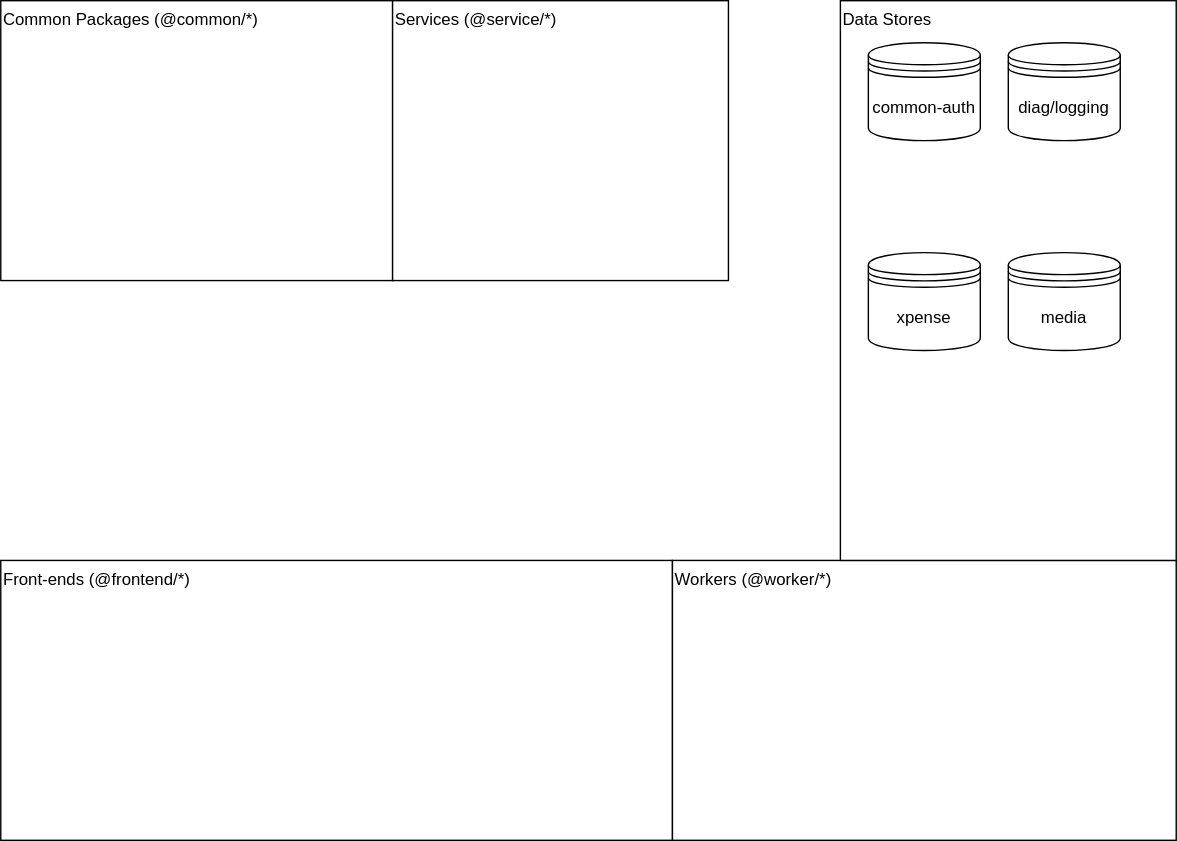
furystack/multiverse keeps this draw.io diagram as project-architecture.drawio.svg. Above is the earlier version. Source tidied: cells renumbered, new cells last; positions are measured from the earlier drawing's top-left corner, leaving out a move shared by most shapes.
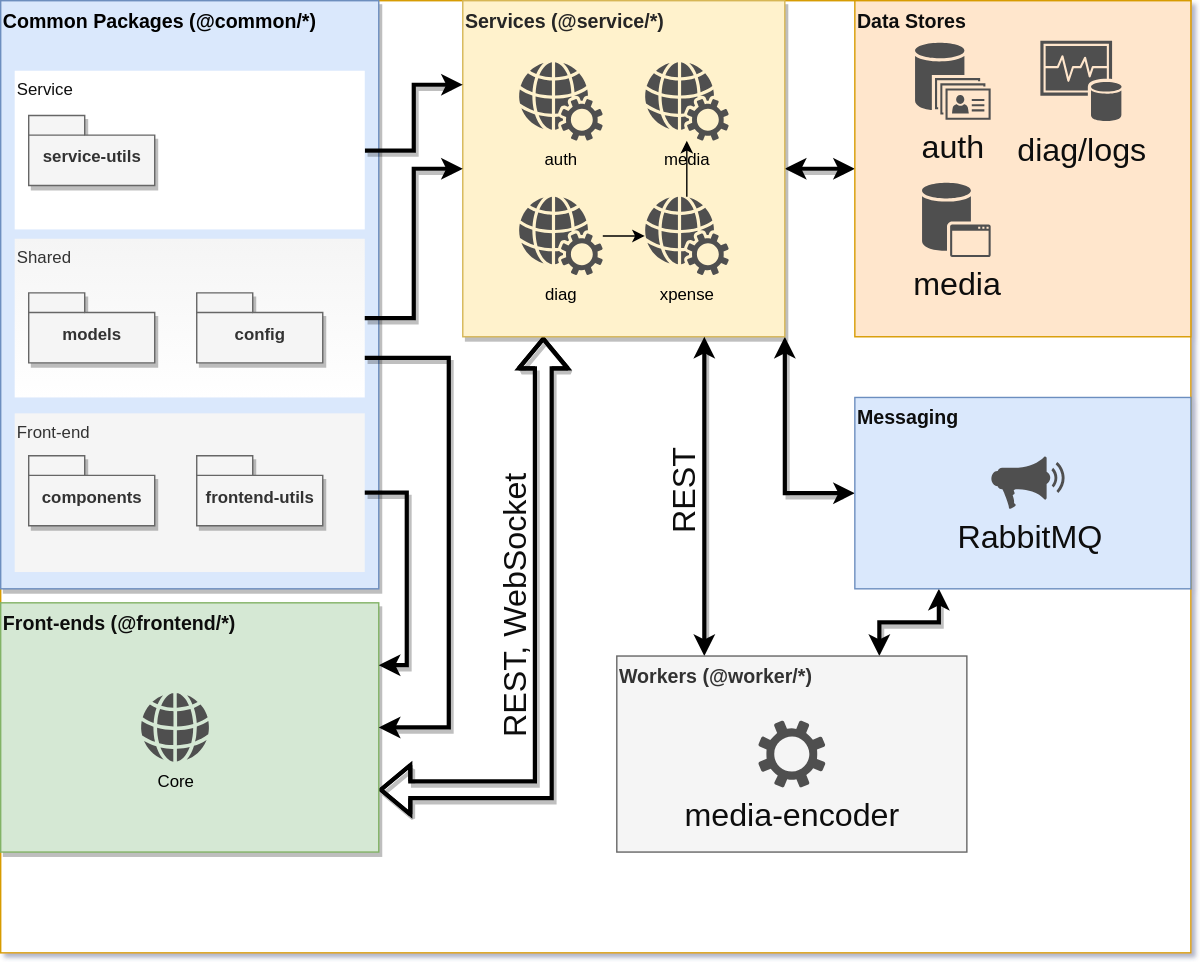
After the commit.

Commit message:
docs(readme):general architecture

Change to the diagram source:
```diff
@@ -1,33 +1,136 @@
-<mxGraphModel>
+<mxGraphModel shadow="1">
   <root>
     <mxCell id="0" />
     <mxCell id="1" parent="0" />
+    <mxCell id="11" style="group;fillColor=#ffffff;strokeColor=#d79b00;shadow=0;" parent="1" vertex="1">
+      <mxGeometry width="850" height="680" as="geometry" />
+    </mxCell>
-    <mxCell id="2" value="Common Packages (@common/*)" style="rounded=0;whiteSpace=wrap;html=1;align=left;horizontal=1;verticalAlign=top;" parent="1" vertex="1">
-      <mxGeometry width="280" height="200" as="geometry" />
+    <mxCell id="2" value="&lt;font style=&quot;font-size: 14px&quot;&gt;&lt;b&gt;Common Packages (@common/*)&lt;/b&gt;&lt;/font&gt;" style="rounded=0;whiteSpace=wrap;html=1;align=left;horizontal=1;verticalAlign=top;fillColor=#dae8fc;strokeColor=#6c8ebf;fontColor=#000000;shadow=1;" parent="11" vertex="1">
+      <mxGeometry width="270" height="420" as="geometry" />
     </mxCell>
+    <mxCell id="12" value="REST, WebSocket" style="rounded=0;jettySize=auto;html=1;exitX=1;exitY=0.75;exitDx=0;exitDy=0;entryX=0.25;entryY=1;entryDx=0;entryDy=0;shadow=1;strokeColor=#030303;strokeWidth=3;fontColor=#0F0F0F;shape=flexArrow;edgeStyle=orthogonalEdgeStyle;comic=0;startArrow=block;labelBackgroundColor=none;fontSize=23;horizontal=0;verticalAlign=bottom;spacing=20;spacingTop=5;spacingBottom=6;spacingLeft=-12;" parent="11" edge="1" source="4" target="3">
+      <mxGeometry relative="1" as="geometry" />
+    </mxCell>
+    <mxCell id="4" value="&lt;b&gt;&lt;font style=&quot;font-size: 14px&quot;&gt;Front-ends (@frontend/*)&lt;/font&gt;&lt;/b&gt;" style="rounded=0;whiteSpace=wrap;html=1;align=left;horizontal=1;verticalAlign=top;fillColor=#d5e8d4;strokeColor=#82b366;fontColor=#0F0F0F;shadow=1;" parent="11" vertex="1">
+      <mxGeometry y="430" width="270" height="178" as="geometry" />
+    </mxCell>
+    <mxCell id="13" style="group;shadow=1;" parent="11" vertex="1">
+      <mxGeometry x="10" y="170" width="250" height="113.3" as="geometry" />
+    </mxCell>
+    <mxCell id="14" style="group;" parent="13" vertex="1">
+      <mxGeometry width="250" height="113.3" as="geometry" />
+    </mxCell>
+    <mxCell id="15" style="group;" parent="14" vertex="1">
+      <mxGeometry width="250" height="113.3" as="geometry" />
+    </mxCell>
+    <mxCell id="16" style="group;" parent="15" vertex="1">
+      <mxGeometry width="250" height="113.3" as="geometry" />
+    </mxCell>
+    <mxCell id="17" value="Shared" style="rounded=0;whiteSpace=wrap;html=1;align=left;verticalAlign=top;fontColor=#333333;fillColor=#f5f5f5;strokeColor=none;gradientColor=#ffffff;" parent="16" vertex="1">
+      <mxGeometry width="250" height="113.3" as="geometry" />
+    </mxCell>
+    <mxCell id="18" value="models" style="shape=folder;fontStyle=1;spacingTop=10;tabWidth=40;tabHeight=14;tabPosition=left;html=1;fontColor=#333333;fillColor=#f5f5f5;strokeColor=#666666;shadow=1;comic=0;" parent="11" vertex="1">
+      <mxGeometry x="20" y="208.7" width="90" height="50" as="geometry" />
+    </mxCell>
+    <mxCell id="19" value="config" style="shape=folder;fontStyle=1;spacingTop=10;tabWidth=40;tabHeight=14;tabPosition=left;html=1;fontColor=#333333;fillColor=#f5f5f5;strokeColor=#666666;shadow=1;comic=0;" parent="11" vertex="1">
+      <mxGeometry x="140" y="208.7" width="90" height="50" as="geometry" />
+    </mxCell>
+    <mxCell id="20" style="group;" parent="11" vertex="1">
+      <mxGeometry x="10" y="294.7" width="250" height="113.3" as="geometry" />
+    </mxCell>
+    <mxCell id="21" value="Front-end" style="rounded=0;whiteSpace=wrap;html=1;align=left;verticalAlign=top;fontColor=#333333;fillColor=#f5f5f5;strokeColor=none;" parent="20" vertex="1">
+      <mxGeometry width="250" height="113.3" as="geometry" />
+    </mxCell>
+    <mxCell id="22" value="frontend-utils" style="shape=folder;fontStyle=1;spacingTop=10;tabWidth=40;tabHeight=14;tabPosition=left;html=1;fontColor=#333333;fillColor=#f5f5f5;strokeColor=#666666;shadow=1;comic=0;" parent="11" vertex="1">
+      <mxGeometry x="140" y="325" width="90" height="50" as="geometry" />
+    </mxCell>
+    <mxCell id="23" value="components" style="shape=folder;fontStyle=1;spacingTop=10;tabWidth=40;tabHeight=14;tabPosition=left;html=1;fontColor=#333333;fillColor=#f5f5f5;strokeColor=#666666;shadow=1;comic=0;" parent="11" vertex="1">
+      <mxGeometry x="20" y="325" width="90" height="50" as="geometry" />
+    </mxCell>
+    <mxCell id="24" style="edgeStyle=orthogonalEdgeStyle;rounded=0;jettySize=auto;html=1;exitX=1;exitY=0.5;exitDx=0;exitDy=0;shadow=1;strokeColor=#030303;strokeWidth=3;fontColor=#030303;startArrow=classic;startFill=1;" parent="11" edge="1" source="3" target="6">
+      <mxGeometry relative="1" as="geometry" />
+    </mxCell>
+    <mxCell id="25" style="edgeStyle=orthogonalEdgeStyle;rounded=0;comic=0;jettySize=auto;html=1;exitX=1;exitY=1;exitDx=0;exitDy=0;entryX=0;entryY=0.5;entryDx=0;entryDy=0;shadow=1;labelBackgroundColor=none;startArrow=classic;startFill=1;strokeColor=#030303;strokeWidth=3;fontSize=23;fontColor=#0F0F0F;" parent="11" edge="1" source="3" target="39">
+      <mxGeometry relative="1" as="geometry" />
+    </mxCell>
-    <mxCell id="3" value="Services (@service/*)" style="rounded=0;whiteSpace=wrap;html=1;align=left;horizontal=1;verticalAlign=top;" parent="1" vertex="1">
-      <mxGeometry x="280" width="240" height="200" as="geometry" />
+    <mxCell id="3" value="&lt;font style=&quot;font-size: 14px&quot;&gt;&lt;b&gt;Services (@service/*)&lt;/b&gt;&lt;/font&gt;" style="rounded=0;whiteSpace=wrap;html=1;align=left;horizontal=1;verticalAlign=top;fillColor=#fff2cc;strokeColor=#d6b656;fontColor=#262626;shadow=1;" parent="11" vertex="1">
+      <mxGeometry x="330" width="230" height="240" as="geometry" />
     </mxCell>
-    <mxCell id="4" value="Front-ends (@frontend/*)" style="rounded=0;whiteSpace=wrap;html=1;align=left;horizontal=1;verticalAlign=top;" parent="1" vertex="1">
-      <mxGeometry y="400" width="480" height="200" as="geometry" />
-    </mxCell>
+    <mxCell id="6" value="&lt;b&gt;&lt;font style=&quot;font-size: 14px&quot;&gt;Data Stores&lt;/font&gt;&lt;/b&gt;" style="rounded=0;whiteSpace=wrap;html=1;align=left;verticalAlign=top;fillColor=#ffe6cc;strokeColor=#d79b00;gradientColor=none;fontColor=#0F0F0F;shadow=0;" parent="11" vertex="1">
+      <mxGeometry x="610" width="240" height="240" as="geometry" />
+    </mxCell>
+    <mxCell id="26" value="auth" style="shadow=0;dashed=0;html=1;strokeColor=none;fillColor=#505050;labelPosition=center;verticalLabelPosition=bottom;verticalAlign=top;align=center;shape=mxgraph.office.services.web_services;rounded=0;glass=0;comic=0;fontColor=#000000;" parent="11" vertex="1">
+      <mxGeometry x="370" y="44" width="60" height="56" as="geometry" />
+    </mxCell>
+    <mxCell id="27" style="edgeStyle=orthogonalEdgeStyle;rounded=0;jettySize=auto;html=1;fontColor=#000000;" parent="11" edge="1" source="9" target="29">
+      <mxGeometry relative="1" as="geometry" />
+    </mxCell>
+    <mxCell id="28" value="diag" style="shadow=0;dashed=0;html=1;strokeColor=none;fillColor=#505050;labelPosition=center;verticalLabelPosition=bottom;verticalAlign=top;outlineConnect=0;align=center;shape=mxgraph.office.services.web_services;rounded=0;glass=0;comic=0;fontColor=#000000;" parent="11" vertex="1">
+      <mxGeometry x="370" y="140" width="60" height="56" as="geometry" />
+    </mxCell>
+    <mxCell id="29" value="media" style="shadow=0;dashed=0;html=1;strokeColor=none;fillColor=#505050;labelPosition=center;verticalLabelPosition=bottom;verticalAlign=top;outlineConnect=0;align=center;shape=mxgraph.office.services.web_services;rounded=0;glass=0;comic=0;fontColor=#000000;" parent="11" vertex="1">
+      <mxGeometry x="460" y="44" width="60" height="56" as="geometry" />
+    </mxCell>
+    <mxCell id="9" value="xpense" style="shadow=0;dashed=0;html=1;strokeColor=none;fillColor=#505050;labelPosition=center;verticalLabelPosition=bottom;verticalAlign=top;outlineConnect=0;align=center;shape=mxgraph.office.services.web_services;rounded=0;glass=0;comic=0;fontColor=#000000;" parent="11" vertex="1">
+      <mxGeometry x="460" y="140" width="60" height="56" as="geometry" />
+    </mxCell>
+    <mxCell id="30" style="edgeStyle=orthogonalEdgeStyle;rounded=0;jettySize=auto;html=1;fontColor=#000000;" parent="11" edge="1" source="28" target="9">
+      <mxGeometry relative="1" as="geometry" />
+    </mxCell>
+    <mxCell id="31" style="edgeStyle=orthogonalEdgeStyle;rounded=0;jettySize=auto;html=1;entryX=0;entryY=0.25;entryDx=0;entryDy=0;shadow=1;strokeColor=#030303;strokeWidth=3;fontColor=#262626;" parent="11" edge="1" target="3">
+      <mxGeometry relative="1" as="geometry">
+        <mxPoint x="260" y="107" as="sourcePoint" />
+      </mxGeometry>
+    </mxCell>
+    <mxCell id="32" style="edgeStyle=orthogonalEdgeStyle;rounded=0;jettySize=auto;html=1;exitX=1;exitY=0.5;exitDx=0;exitDy=0;shadow=1;strokeColor=#030303;strokeWidth=3;fontColor=#262626;" parent="11" edge="1" source="17" target="3">
+      <mxGeometry relative="1" as="geometry" />
+    </mxCell>
+    <mxCell id="33" value="Service" style="group;shadow=0;rounded=0;strokeColor=none;glass=0;fillColor=#ffffff;fontColor=#0F0F0F;align=left;" parent="11" vertex="1">
+      <mxGeometry x="10" y="50" width="250" height="113.3" as="geometry" />
+    </mxCell>
+    <mxCell id="34" value="service-utils" style="shape=folder;fontStyle=1;spacingTop=10;tabWidth=40;tabHeight=14;tabPosition=left;html=1;fontColor=#333333;fillColor=#f5f5f5;strokeColor=#666666;shadow=1;comic=0;" parent="33" vertex="1">
+      <mxGeometry x="10" y="32" width="90" height="50" as="geometry" />
+    </mxCell>
+    <mxCell id="35" style="edgeStyle=orthogonalEdgeStyle;rounded=0;jettySize=auto;html=1;exitX=1;exitY=0.75;exitDx=0;exitDy=0;entryX=1;entryY=0.5;entryDx=0;entryDy=0;shadow=1;strokeColor=#030303;strokeWidth=3;fontColor=#0F0F0F;" parent="11" edge="1" source="17" target="4">
+      <mxGeometry relative="1" as="geometry">
+        <Array as="points">
+          <mxPoint x="320" y="255" />
+          <mxPoint x="320" y="519" />
+        </Array>
+      </mxGeometry>
+    </mxCell>
+    <mxCell id="36" style="edgeStyle=orthogonalEdgeStyle;rounded=0;jettySize=auto;html=1;exitX=1;exitY=0.5;exitDx=0;exitDy=0;entryX=1;entryY=0.25;entryDx=0;entryDy=0;shadow=1;strokeColor=#030303;strokeWidth=3;fontColor=#0F0F0F;" parent="11" edge="1" source="21" target="4">
+      <mxGeometry relative="1" as="geometry" />
+    </mxCell>
+    <mxCell id="37" value="Core" style="shadow=0;dashed=0;html=1;strokeColor=none;fillColor=#505050;labelPosition=center;verticalLabelPosition=bottom;verticalAlign=top;align=center;shape=mxgraph.office.concepts.globe_internet;fontColor=#000000;" parent="11" vertex="1">
+      <mxGeometry x="100" y="494.5" width="49" height="49" as="geometry" />
+    </mxCell>
+    <mxCell id="38" style="edgeStyle=orthogonalEdgeStyle;rounded=0;comic=0;jettySize=auto;html=1;exitX=0.25;exitY=1;exitDx=0;exitDy=0;entryX=0.75;entryY=0;entryDx=0;entryDy=0;shadow=1;labelBackgroundColor=none;startArrow=classic;startFill=1;strokeColor=#030303;strokeWidth=3;fontSize=23;fontColor=#0F0F0F;" parent="11" edge="1" source="39" target="5">
+      <mxGeometry relative="1" as="geometry" />
+    </mxCell>
+    <mxCell id="39" value="&lt;b&gt;&lt;font style=&quot;font-size: 14px&quot;&gt;Messaging&lt;/font&gt;&lt;/b&gt;" style="rounded=0;whiteSpace=wrap;html=1;align=left;verticalAlign=top;fillColor=#dae8fc;strokeColor=#6c8ebf;fontColor=#0F0F0F;" parent="11" vertex="1">
+      <mxGeometry x="610" y="283.3" width="240" height="136.7" as="geometry" />
+    </mxCell>
+    <mxCell id="40" value="auth" style="shadow=0;dashed=0;html=1;strokeColor=none;fillColor=#505050;labelPosition=center;verticalLabelPosition=bottom;verticalAlign=top;align=center;shape=mxgraph.office.databases.unified_contact_store;rounded=1;glass=0;comic=0;fontSize=23;fontColor=#0F0F0F;" parent="11" vertex="1">
+      <mxGeometry x="653" y="30" width="54" height="55" as="geometry" />
+    </mxCell>
+    <mxCell id="41" value="diag/logs" style="shadow=0;dashed=0;html=1;strokeColor=none;fillColor=#505050;labelPosition=center;verticalLabelPosition=bottom;verticalAlign=top;align=center;shape=mxgraph.office.databases.monitoring_store;rounded=1;glass=0;comic=0;fontSize=23;fontColor=#0F0F0F;" parent="11" vertex="1">
+      <mxGeometry x="742.5" y="28.5" width="58" height="58" as="geometry" />
+    </mxCell>
+    <mxCell id="42" value="media" style="shadow=0;dashed=0;html=1;strokeColor=none;fillColor=#505050;labelPosition=center;verticalLabelPosition=bottom;verticalAlign=top;align=center;shape=mxgraph.office.databases.application_store;rounded=1;glass=0;comic=0;fontSize=23;fontColor=#0F0F0F;" parent="11" vertex="1">
+      <mxGeometry x="658" y="130" width="49" height="53" as="geometry" />
+    </mxCell>
+    <mxCell id="43" value="RabbitMQ" style="shadow=0;dashed=0;html=1;strokeColor=none;fillColor=#505050;labelPosition=center;verticalLabelPosition=bottom;verticalAlign=top;align=center;shape=mxgraph.office.concepts.whats_new;rounded=1;glass=0;comic=0;fontSize=23;fontColor=#0F0F0F;" parent="11" vertex="1">
+      <mxGeometry x="707" y="325" width="55" height="38" as="geometry" />
+    </mxCell>
+    <mxCell id="44" value="REST" style="edgeStyle=orthogonalEdgeStyle;rounded=0;comic=0;jettySize=auto;html=1;exitX=0.25;exitY=0;exitDx=0;exitDy=0;entryX=0.75;entryY=1;entryDx=0;entryDy=0;shadow=1;labelBackgroundColor=none;startArrow=classic;startFill=1;strokeColor=#030303;strokeWidth=3;fontSize=23;fontColor=#0F0F0F;verticalAlign=bottom;horizontal=0;" parent="11" edge="1" source="5" target="3">
+      <mxGeometry relative="1" as="geometry" />
+    </mxCell>
-    <mxCell id="5" value="Workers (@worker/*)" style="rounded=0;whiteSpace=wrap;html=1;align=left;horizontal=1;verticalAlign=top;" parent="1" vertex="1">
-      <mxGeometry x="480" y="400" width="360" height="200" as="geometry" />
+    <mxCell id="5" value="&lt;font style=&quot;font-size: 14px&quot;&gt;&lt;b&gt;Workers (@worker/*)&lt;/b&gt;&lt;/font&gt;" style="rounded=0;whiteSpace=wrap;html=1;align=left;horizontal=1;verticalAlign=top;fillColor=#f5f5f5;strokeColor=#666666;fontColor=#333333;" parent="11" vertex="1">
+      <mxGeometry x="440" y="468" width="250" height="140" as="geometry" />
     </mxCell>
-    <mxCell id="6" value="Data Stores" style="rounded=0;whiteSpace=wrap;html=1;align=left;verticalAlign=top;" parent="1" vertex="1">
-      <mxGeometry x="600" width="240" height="400" as="geometry" />
-    </mxCell>
-    <mxCell id="7" value="common-auth" style="shape=datastore;whiteSpace=wrap;html=1;align=center;" parent="1" vertex="1">
-      <mxGeometry x="620" y="30" width="80" height="70" as="geometry" />
-    </mxCell>
-    <mxCell id="8" value="diag/logging" style="shape=datastore;whiteSpace=wrap;html=1;align=center;" parent="1" vertex="1">
-      <mxGeometry x="720" y="30" width="80" height="70" as="geometry" />
-    </mxCell>
-    <mxCell id="9" value="xpense" style="shape=datastore;whiteSpace=wrap;html=1;align=center;" parent="1" vertex="1">
-      <mxGeometry x="620" y="180" width="80" height="70" as="geometry" />
-    </mxCell>
-    <mxCell id="10" value="media" style="shape=datastore;whiteSpace=wrap;html=1;align=center;" parent="1" vertex="1">
-      <mxGeometry x="720" y="180" width="80" height="70" as="geometry" />
-    </mxCell>
+    <mxCell id="45" value="media-encoder" style="shadow=0;dashed=0;html=1;strokeColor=none;fillColor=#505050;labelPosition=center;verticalLabelPosition=bottom;verticalAlign=top;align=center;shape=mxgraph.office.concepts.settings;rounded=1;glass=0;comic=0;fontSize=23;fontColor=#0F0F0F;" parent="11" vertex="1">
+      <mxGeometry x="541" y="514" width="48" height="48" as="geometry" />
+    </mxCell>
   </root>
 </mxGraphModel>
```
